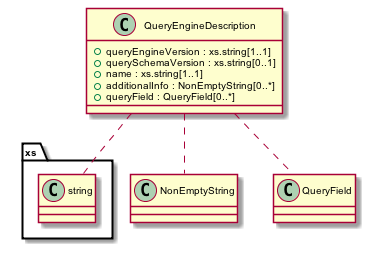
Before: source/apis/images/class_QueryEngineDescription.png, a diagram exported from PlantUML (DataONEorg/api-documentation).
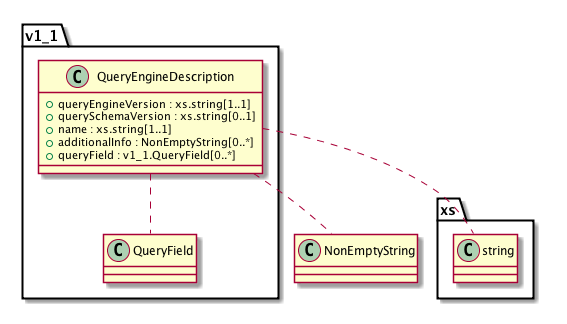
Later version of the same file.

The edit, as a diff of the source:
```diff
@@ -1,71 +1,14 @@
 @startuml images/class_QueryEngineDescription.png
-skinparam activityFontColor black
-skinparam activityFontSize 10
-skinparam activityFontName arial
-skinparam activityArrowFontColor black
-skinparam activityArrowFontSize 10
-skinparam activityArrowFontName arial
-skinparam classArrowFontColor black
-skinparam classArrowFontSize 10
-skinparam classArrowFontName arial
-skinparam classAttributeFontColor black
-skinparam classAttributeFontSize 10
-skinparam classAttributeFontName arial
-skinparam classFontColor black
-skinparam classFontSize 10
-skinparam classFontName arial
-skinparam componentFontColor black
-skinparam componentFontSize 10
-skinparam componentFontName arial
-skinparam componentArrowFontColor black
-skinparam componentArrowFontSize 10
-skinparam componentArrowFontName arial
-skinparam noteFontColor black
-skinparam noteFontSize 10
-skinparam noteFontName arial
-skinparam packageFontColor black
-skinparam packageFontSize 10
-skinparam packageFontName arial
-skinparam sequenceActorFontColor black
-skinparam sequenceActorFontSize 10
-skinparam sequenceActorFontName arial
-skinparam sequenceArrowFontColor black
-skinparam sequenceArrowFontSize 10
-skinparam sequenceArrowFontName arial
-skinparam sequenceGroupingFontColor black
-skinparam sequenceGroupingFontSize 10
-skinparam sequenceGroupingFontName arial
-skinparam sequenceGroupingHeaderFontColor black
-skinparam sequenceGroupingHeaderFontSize 10
-skinparam sequenceGroupingHeaderFontName arial
-skinparam sequenceParticipantFontColor black
-skinparam sequenceParticipantFontSize 10
-skinparam sequenceParticipantFontName arial
-skinparam sequenceTitleFontColor black
-skinparam sequenceTitleFontSize 10
-skinparam sequenceTitleFontName arial
-skinparam titleFontColor black
-skinparam titleFontSize 10
-skinparam titleFontName arial
-skinparam usecaseFontColor black
-skinparam usecaseFontSize 7
-skinparam usecaseFontName arial
-skinparam usecaseActorFontColor black
-skinparam usecaseActorFontSize 7
-skinparam usecaseActorFontName arial
-skinparam usecaseArrowFontColor black
-skinparam usecaseArrowFontSize 7
-skinparam usecaseArrowFontName arial
 
-class QueryEngineDescription {
+class v1_1.QueryEngineDescription {
   + queryEngineVersion : xs.string[1..1]
   + querySchemaVersion : xs.string[0..1]
   + name : xs.string[1..1]
   + additionalInfo : NonEmptyString[0..*]
-  + queryField : QueryField[0..*]
+  + queryField : v1_1.QueryField[0..*]
 }
-QueryEngineDescription .. xs.string
-QueryEngineDescription .. NonEmptyString
-QueryEngineDescription .. QueryField
+v1_1.QueryEngineDescription .. xs.string
+v1_1.QueryEngineDescription .. NonEmptyString
+v1_1.QueryEngineDescription .. v1_1.QueryField
 
 @enduml
```
